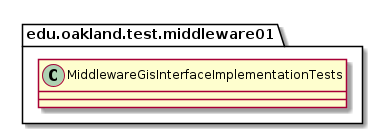
Above: docs/uml-class-diagrams/middleware01/test/MiddlewareGisInterfaceImplementationTests/MiddlewareGisInterfaceImplementationTests.png in elilley15/csi-3370-software-project (PlantUML), before the change.
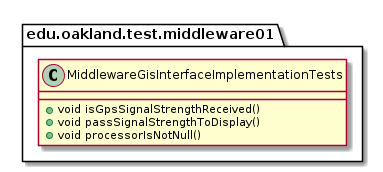
Later version of the same file.

The edit, as a diff of the source:
```diff
@@ -1,9 +1,11 @@
 @startuml MiddlewareGisInterfaceImplementationTests
 
 package edu.oakland.test.middleware01 {
-    class MiddlewareGisInterfaceImplementationTests {
-
-    }
+  class MiddlewareGisInterfaceImplementationTests {
+    + void isGpsSignalStrengthReceived()
+    + void passSignalStrengthToDisplay()
+    + void processorIsNotNull()
+  }
 }
 
 @enduml
```
